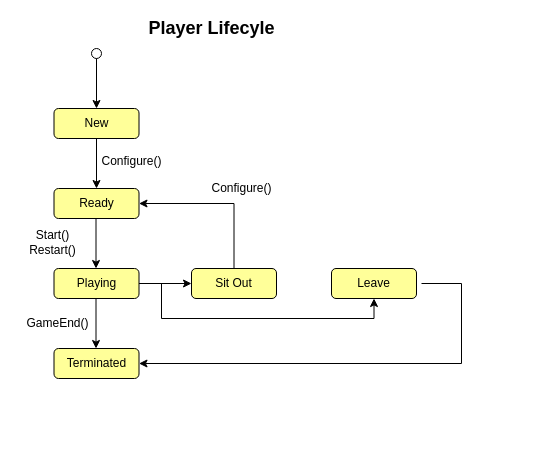
Earlier version of the draw.io diagram page "Player Lifecycle" (2 of 3) of diagrams/EntityLifcycle.drawio (moodaye/pokerIndia). Source tidied: cells renumbered, new cells numbered last; positions are measured from the earlier drawing's top-left corner, leaving out a move shared by most shapes. Both pictures are drawn from the tidied source at 100%, with x=0, y=0 at pixel (17, 18).
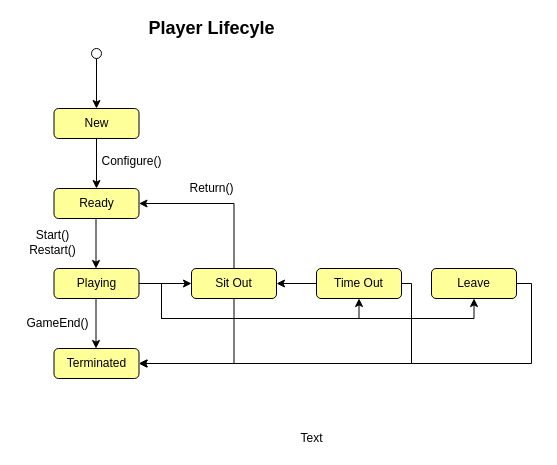
The same diagram, later.

Commit message:
added timeout to player lc

Unchanged cells that the change refers to:
```xml
<mxCell id="9" value="Playing" style="rounded=1;whiteSpace=wrap;html=1;fillColor=#FFFF99;" parent="1" vertex="1">
  <mxGeometry x="36.5" y="250" width="85" height="30" as="geometry" />
</mxCell>
<mxCell id="10" value="Terminated" style="rounded=1;whiteSpace=wrap;html=1;fillColor=#FFFF99;" parent="1" vertex="1">
  <mxGeometry x="36.5" y="330" width="85" height="30" as="geometry" />
</mxCell>
<mxCell id="14" value="Sit Out" style="rounded=1;whiteSpace=wrap;html=1;fillColor=#FFFF99;" parent="1" vertex="1">
  <mxGeometry x="174" y="250" width="85" height="30" as="geometry" />
</mxCell>
```

Change to the diagram source:
```diff
@@
     <mxCell id="8" style="edgeStyle=orthogonalEdgeStyle;rounded=0;jettySize=auto;html=1;exitX=1;exitY=0.5;exitDx=0;exitDy=0;entryX=0.5;entryY=1;entryDx=0;entryDy=0;" parent="1" edge="1" source="9" target="16">
       <mxGeometry relative="1" as="geometry">
         <Array as="points">
           <mxPoint x="144" y="265" />
           <mxPoint x="144" y="300" />
-          <mxPoint x="357" y="300" />
+          <mxPoint x="457" y="300" />
         </Array>
       </mxGeometry>
     </mxCell>
@@
-    <mxCell id="15" style="edgeStyle=orthogonalEdgeStyle;rounded=0;jettySize=auto;html=1;entryX=1;entryY=0.5;entryDx=0;entryDy=0;" parent="1" edge="1" target="10">
+    <mxCell id="15" style="edgeStyle=orthogonalEdgeStyle;rounded=0;jettySize=auto;html=1;entryX=1;entryY=0.5;entryDx=0;entryDy=0;exitX=1;exitY=0.5;exitDx=0;exitDy=0;" parent="1" edge="1" source="16" target="10">
       <mxGeometry relative="1" as="geometry">
-        <mxPoint x="404" y="265" as="sourcePoint" />
         <Array as="points">
-          <mxPoint x="444" y="265" />
-          <mxPoint x="444" y="345" />
+          <mxPoint x="514" y="265" />
+          <mxPoint x="514" y="345" />
         </Array>
       </mxGeometry>
     </mxCell>
     <mxCell id="16" value="Leave" style="rounded=1;whiteSpace=wrap;html=1;fillColor=#FFFF99;" parent="1" vertex="1">
-      <mxGeometry x="314" y="250" width="85" height="30" as="geometry" />
+      <mxGeometry x="414" y="250" width="85" height="30" as="geometry" />
     </mxCell>
@@
-    <mxCell id="21" value="Configure()" style="text;html=1;align=center;verticalAlign=middle;fillColor=none;strokeColor=none;rounded=0;" parent="1" vertex="1">
-      <mxGeometry x="184" y="160" width="80" height="20" as="geometry" />
+    <mxCell id="21" value="Return()" style="text;html=1;align=center;verticalAlign=middle;fillColor=none;strokeColor=none;rounded=0;" parent="1" vertex="1">
+      <mxGeometry x="164" y="160" width="60" height="20" as="geometry" />
     </mxCell>
+    <mxCell id="22" value="Time Out" style="rounded=1;whiteSpace=wrap;html=1;fillColor=#FFFF99;" parent="1" vertex="1">
+      <mxGeometry x="299" y="250" width="85" height="30" as="geometry" />
+    </mxCell>
+    <mxCell id="23" style="edgeStyle=orthogonalEdgeStyle;rounded=0;jettySize=auto;html=1;exitX=1;exitY=0.5;exitDx=0;exitDy=0;entryX=0.5;entryY=1;entryDx=0;entryDy=0;" parent="1" edge="1" source="9" target="22">
+      <mxGeometry relative="1" as="geometry">
+        <Array as="points">
+          <mxPoint x="144" y="265" />
+          <mxPoint x="144" y="300" />
+          <mxPoint x="342" y="300" />
+        </Array>
+      </mxGeometry>
+    </mxCell>
+    <mxCell id="24" style="edgeStyle=orthogonalEdgeStyle;rounded=0;jettySize=auto;html=1;exitX=0;exitY=0.5;exitDx=0;exitDy=0;entryX=1;entryY=0.5;entryDx=0;entryDy=0;" parent="1" edge="1" source="22" target="14">
+      <mxGeometry relative="1" as="geometry" />
+    </mxCell>
+    <mxCell id="25" style="edgeStyle=orthogonalEdgeStyle;rounded=0;jettySize=auto;html=1;exitX=0.5;exitY=1;exitDx=0;exitDy=0;entryX=1;entryY=0.5;entryDx=0;entryDy=0;" parent="1" edge="1" source="14" target="10">
+      <mxGeometry relative="1" as="geometry">
+        <Array as="points">
+          <mxPoint x="217" y="345" />
+        </Array>
+      </mxGeometry>
+    </mxCell>
+    <mxCell id="26" style="edgeStyle=orthogonalEdgeStyle;rounded=0;jettySize=auto;html=1;exitX=1;exitY=0.5;exitDx=0;exitDy=0;" parent="1" edge="1" source="22" target="10">
+      <mxGeometry relative="1" as="geometry">
+        <Array as="points">
+          <mxPoint x="394" y="265" />
+          <mxPoint x="394" y="345" />
+        </Array>
+      </mxGeometry>
+    </mxCell>
+    <mxCell id="27" value="Text" style="text;html=1;align=center;verticalAlign=middle;" parent="1" vertex="1">
+      <mxGeometry x="274" y="410" width="40" height="20" as="geometry" />
+    </mxCell>
```
